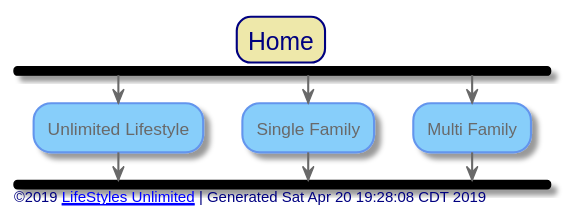
Before: out/src/index.svg, a diagram exported from PlantUML (toddmo/lifestylesunlimited).
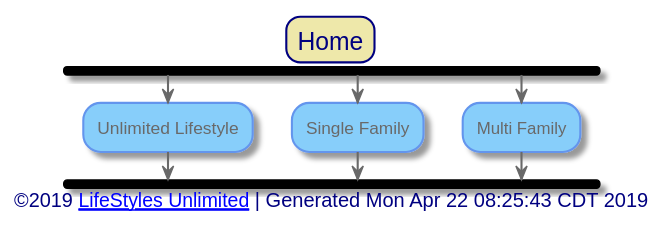
Above is the later version.

Change to the diagram source:
```diff
@@ -85,7 +85,7 @@
 
 
 left footer
-	©2019 [[http://www.lifestylesunlimited.com LifeStyles Unlimited]] | Generated Sat Apr 20 19:28:08 CDT 2019
+	<font size=14>©2019 [[http://www.lifestylesunlimited.com LifeStyles Unlimited]] | Generated Mon Apr 22 08:25:43 CDT 2019</font>
 endfooter
 
 
```
